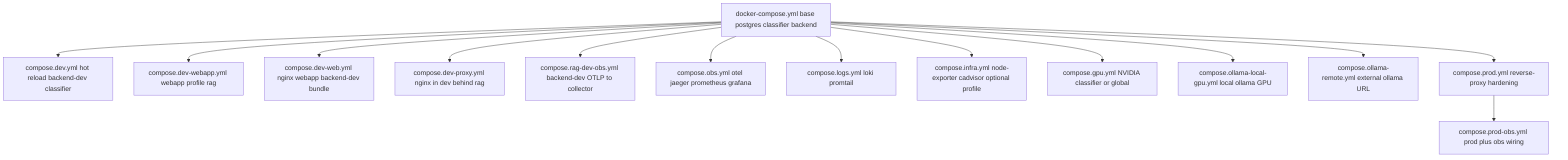
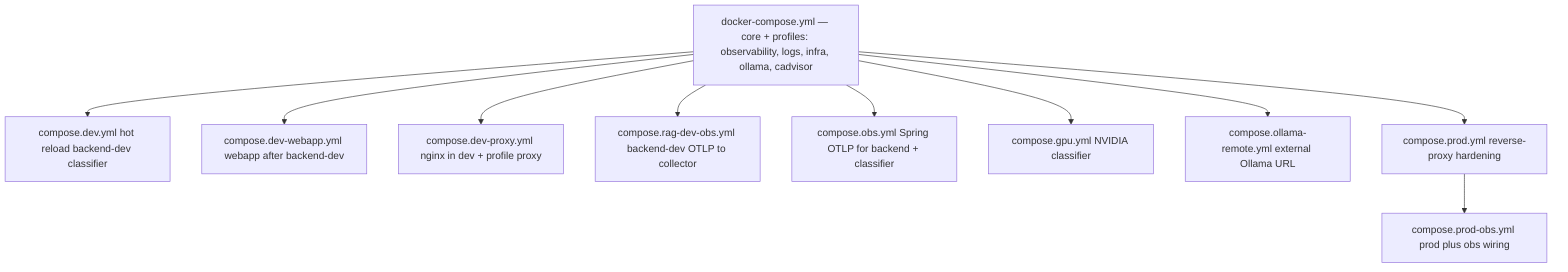
- %% Conceptual layering of Compose files under docker/ — not an execution order
- %% Use docker/scripts/docker-compose.sh or docker/README.md for real chains
+ %% Conceptual layering: docker-compose.yml + profiles + thin overlays — see docker/README.md
flowchart TB
-   ROOT[docker-compose.yml base postgres classifier backend]
+   ROOT["docker-compose.yml — core + profiles: observability, logs, infra, ollama, cadvisor"]

  ROOT --> P1[compose.dev.yml hot reload backend-dev classifier]
-   ROOT --> P2[compose.dev-webapp.yml webapp profile rag]
-   ROOT --> P2b[compose.dev-web.yml nginx webapp backend-dev bundle]
-   ROOT --> P3[compose.dev-proxy.yml nginx in dev behind rag]
+   ROOT --> P2[compose.dev-webapp.yml webapp after backend-dev]
+   ROOT --> P3[compose.dev-proxy.yml nginx in dev + profile proxy]
  ROOT --> P4[compose.rag-dev-obs.yml backend-dev OTLP to collector]

-   ROOT --> O1[compose.obs.yml otel jaeger prometheus grafana]
-   ROOT --> O2[compose.logs.yml loki promtail]
-   ROOT --> O3[compose.infra.yml node-exporter cadvisor optional profile]
- 
-   ROOT --> G1[compose.gpu.yml NVIDIA classifier or global]
-   ROOT --> G2[compose.ollama-local-gpu.yml local ollama GPU]
-   ROOT --> G3[compose.ollama-remote.yml external ollama URL]
+   ROOT --> O1[compose.obs.yml Spring OTLP for backend + classifier]
+   ROOT --> G1[compose.gpu.yml NVIDIA classifier]
+   ROOT --> G3[compose.ollama-remote.yml external Ollama URL]

  ROOT --> PR[compose.prod.yml reverse-proxy hardening]
  PR --> PR2[compose.prod-obs.yml prod plus obs wiring]
